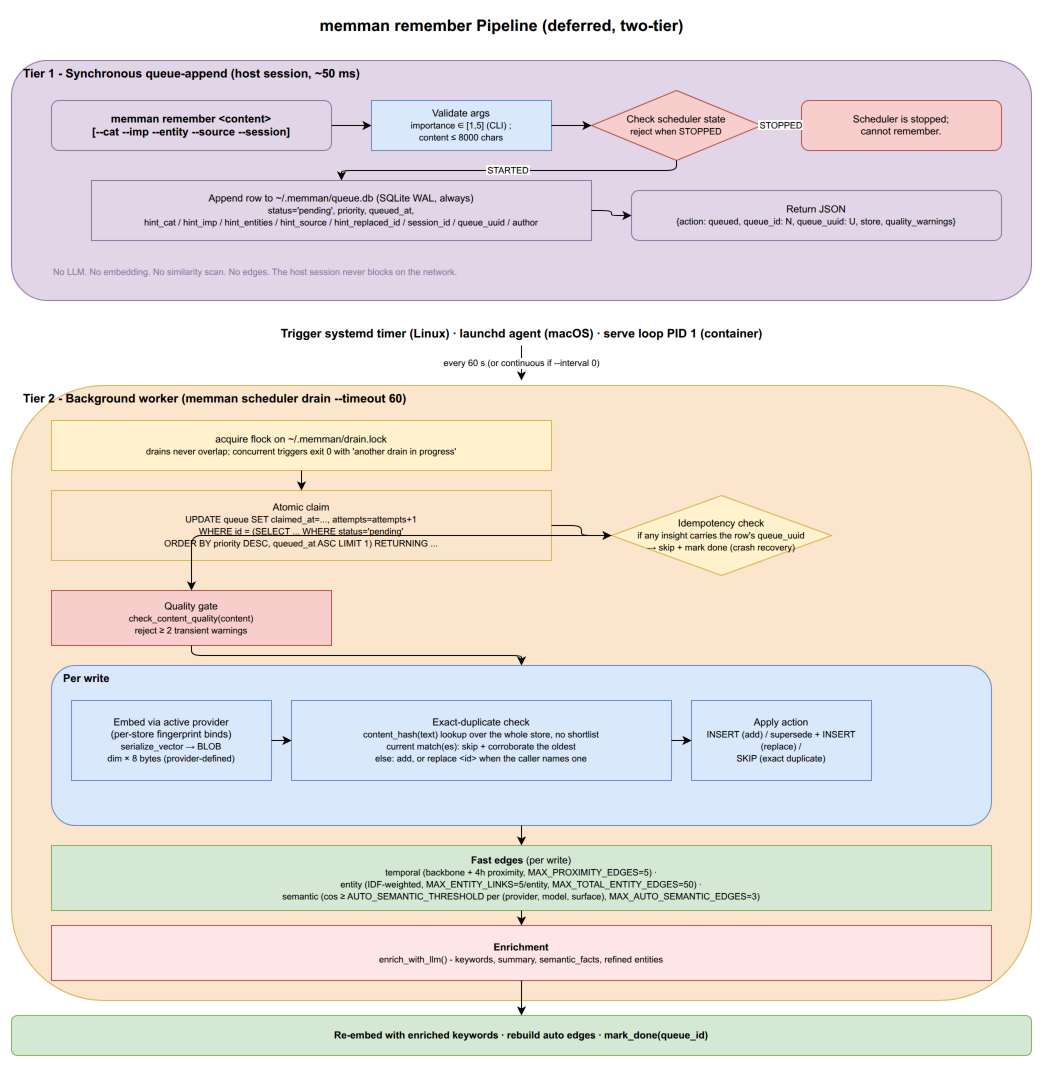
The draw.io diagram docs/diagrams/02-remember-pipeline.drawio.png in bissli/memman, before a commit. Source tidied: cells renumbered, new cells last; positions are measured from the earlier drawing's top-left corner, leaving out a move shared by most shapes.
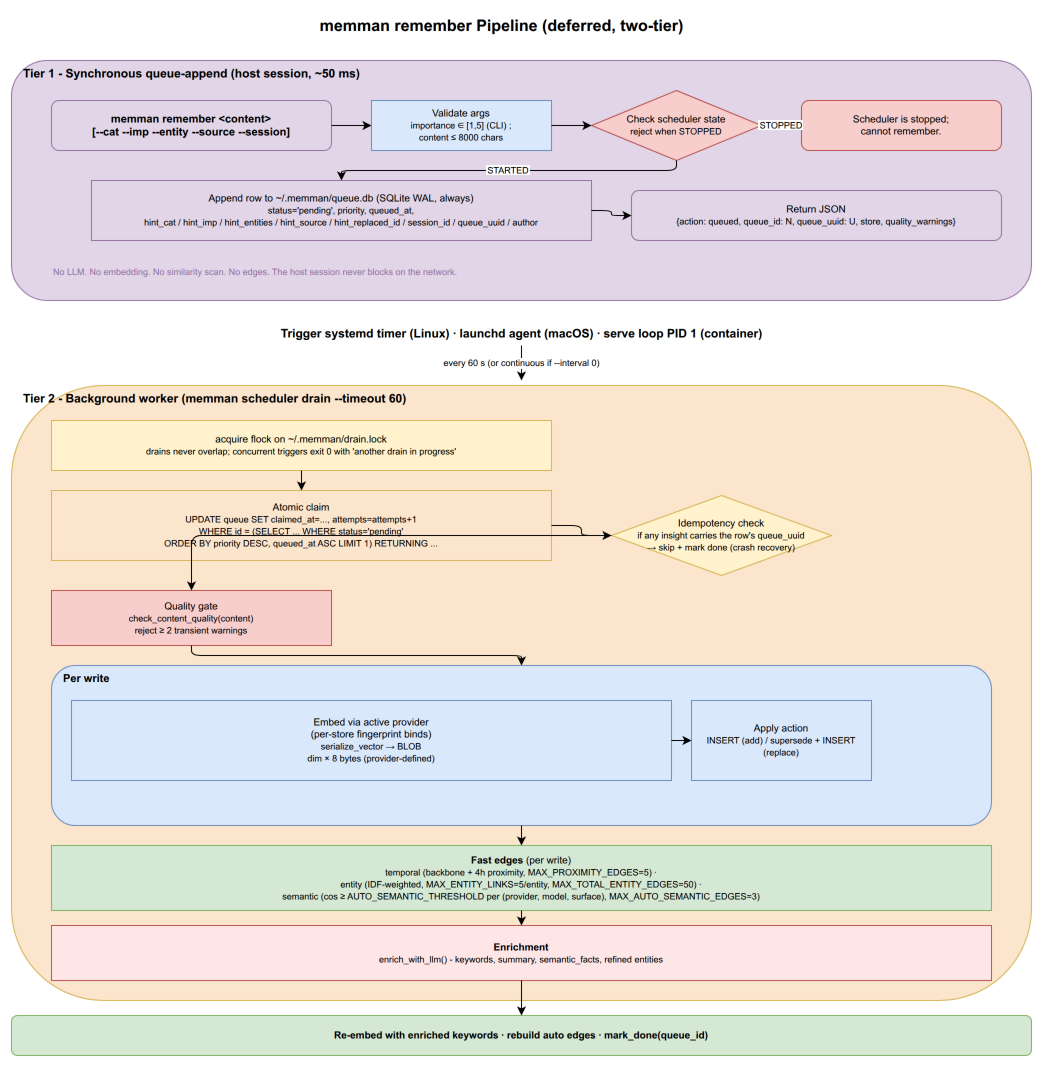
The same file after the commit.

Change to the diagram source:
```diff
@@ -72,20 +72,14 @@
       <mxGeometry x="40" y="655" width="940" height="160" as="geometry" />
     </mxCell>
     <mxCell id="24" value="Embed via active provider&lt;br&gt;(per-store fingerprint binds)&lt;br&gt;&lt;font style=&quot;font-size:9px&quot;&gt;serialize_vector → BLOB&lt;br&gt;dim × 8 bytes (provider-defined)&lt;/font&gt;" style="rounded=0;whiteSpace=wrap;html=1;fillColor=#dae8fc;strokeColor=#6c8ebf;fontSize=10;" parent="1" vertex="1">
-      <mxGeometry x="60" y="690" width="200" height="80" as="geometry" />
+      <mxGeometry x="60" y="690" width="600" height="80" as="geometry" />
     </mxCell>
-    <mxCell id="25" value="Exact-duplicate check&lt;br&gt;&lt;font style=&quot;font-size:9px&quot;&gt;content_hash(text) lookup over the whole store, no shortlist&lt;br&gt;current match(es): skip + corroborate the oldest&lt;br&gt;else: add, or replace &amp;lt;id&amp;gt; when the caller names one&lt;/font&gt;" style="rounded=0;whiteSpace=wrap;html=1;fillColor=#dae8fc;strokeColor=#6c8ebf;fontSize=10;" parent="1" vertex="1">
-      <mxGeometry x="280" y="690" width="380" height="80" as="geometry" />
-    </mxCell>
-    <mxCell id="26" value="Apply action&lt;br&gt;&lt;font style=&quot;font-size:9px&quot;&gt;INSERT (add) / supersede + INSERT (replace) /&lt;br&gt;SKIP (exact duplicate)&lt;/font&gt;" style="rounded=0;whiteSpace=wrap;html=1;fillColor=#dae8fc;strokeColor=#6c8ebf;fontSize=10;" parent="1" vertex="1">
+    <mxCell id="26" value="Apply action&lt;br&gt;&lt;font style=&quot;font-size:9px&quot;&gt;INSERT (add) / supersede + INSERT (replace)&lt;/font&gt;" style="rounded=0;whiteSpace=wrap;html=1;fillColor=#dae8fc;strokeColor=#6c8ebf;fontSize=10;" parent="1" vertex="1">
       <mxGeometry x="680" y="690" width="180" height="80" as="geometry" />
     </mxCell>
-    <mxCell id="27" style="edgeStyle=orthogonalEdgeStyle;rounded=1;" parent="1" edge="1" source="24" target="25">
+    <mxCell id="27" style="edgeStyle=orthogonalEdgeStyle;rounded=1;" parent="1" edge="1" source="24" target="26">
       <mxGeometry relative="1" as="geometry" />
     </mxCell>
-    <mxCell id="28" style="edgeStyle=orthogonalEdgeStyle;rounded=1;" parent="1" edge="1" source="25" target="26">
-      <mxGeometry relative="1" as="geometry" />
-    </mxCell>
     <mxCell id="29" value="&lt;b&gt;Fast edges&lt;/b&gt; (per write)&lt;br&gt;&lt;font style=&quot;font-size:9px&quot;&gt;temporal (backbone + 4h proximity, MAX_PROXIMITY_EDGES=5) ·&lt;br&gt;entity (IDF-weighted, MAX_ENTITY_LINKS=5/entity, MAX_TOTAL_ENTITY_EDGES=50) ·&lt;br&gt;semantic (cos ≥ AUTO_SEMANTIC_THRESHOLD per (provider, model, surface), MAX_AUTO_SEMANTIC_EDGES=3)&lt;/font&gt;" style="rounded=0;whiteSpace=wrap;html=1;fillColor=#d5e8d4;strokeColor=#82b366;fontSize=10;" parent="1" vertex="1">
       <mxGeometry x="40" y="835" width="940" height="65" as="geometry" />
     </mxCell>
```
